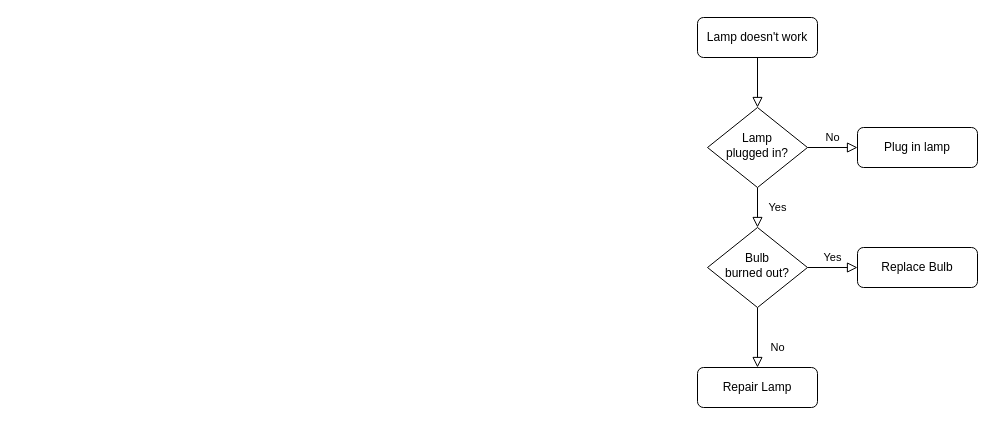
Before: 제목 없는 다이어그램.drawio in Kim-hyun-jin/careDog, a draw.io diagram. Source tidied: cells renumbered, new cells numbered last; positions are measured from the earlier drawing's top-left corner, leaving out a move shared by most shapes. Both pictures are drawn from the tidied source at 100%, with x=0, y=0 at pixel (697, 17).
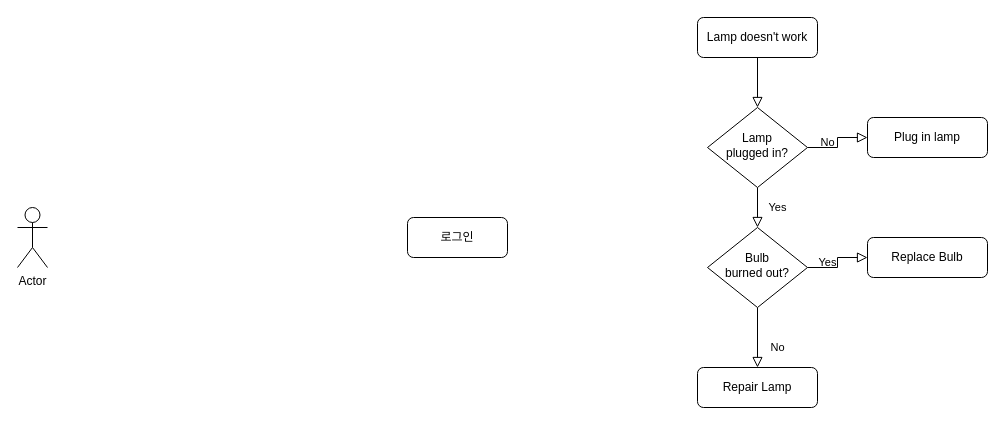
The same page after the edit.

Change to the diagram source:
```diff
@@
 <mxGraphModel>
   <root>
     <mxCell id="0" />
     <mxCell id="1" parent="0" />
     <mxCell id="2" style="rounded=0;html=1;jettySize=auto;fontSize=11;endArrow=block;endFill=0;endSize=8;strokeWidth=1;shadow=0;labelBackgroundColor=none;edgeStyle=orthogonalEdgeStyle;" parent="1" edge="1" source="3" target="6">
       <mxGeometry relative="1" as="geometry" />
     </mxCell>
     <mxCell id="3" value="Lamp doesn't work" style="rounded=1;whiteSpace=wrap;html=1;fontSize=12;glass=0;strokeWidth=1;shadow=0;" parent="1" vertex="1">
       <mxGeometry width="120" height="40" as="geometry" />
     </mxCell>
     <mxCell id="4" value="Yes" style="rounded=0;html=1;jettySize=auto;fontSize=11;endArrow=block;endFill=0;endSize=8;strokeWidth=1;shadow=0;labelBackgroundColor=none;edgeStyle=orthogonalEdgeStyle;" parent="1" edge="1" source="6" target="10">
       <mxGeometry y="20" relative="1" as="geometry" />
     </mxCell>
     <mxCell id="5" value="No" style="edgeStyle=orthogonalEdgeStyle;rounded=0;html=1;jettySize=auto;fontSize=11;endArrow=block;endFill=0;endSize=8;strokeWidth=1;shadow=0;labelBackgroundColor=none;" parent="1" edge="1" source="6" target="7">
       <mxGeometry y="10" relative="1" as="geometry" />
     </mxCell>
     <mxCell id="6" value="Lamp&lt;br&gt;plugged in?" style="rhombus;whiteSpace=wrap;html=1;shadow=0;fontFamily=Helvetica;fontSize=12;align=center;strokeWidth=1;spacing=6;spacingTop=-4;" parent="1" vertex="1">
       <mxGeometry x="10" y="90" width="100" height="80" as="geometry" />
     </mxCell>
     <mxCell id="7" value="Plug in lamp" style="rounded=1;whiteSpace=wrap;html=1;fontSize=12;glass=0;strokeWidth=1;shadow=0;" parent="1" vertex="1">
-      <mxGeometry x="160" y="110" width="120" height="40" as="geometry" />
+      <mxGeometry x="170" y="100" width="120" height="40" as="geometry" />
     </mxCell>
     <mxCell id="8" value="No" style="rounded=0;html=1;jettySize=auto;fontSize=11;endArrow=block;endFill=0;endSize=8;strokeWidth=1;shadow=0;labelBackgroundColor=none;edgeStyle=orthogonalEdgeStyle;" parent="1" edge="1" source="10" target="11">
       <mxGeometry x="0.33" y="20" relative="1" as="geometry" />
     </mxCell>
     <mxCell id="9" value="Yes" style="edgeStyle=orthogonalEdgeStyle;rounded=0;html=1;jettySize=auto;fontSize=11;endArrow=block;endFill=0;endSize=8;strokeWidth=1;shadow=0;labelBackgroundColor=none;" parent="1" edge="1" source="10" target="12">
       <mxGeometry y="10" relative="1" as="geometry" />
     </mxCell>
     <mxCell id="10" value="Bulb&lt;br&gt;burned out?" style="rhombus;whiteSpace=wrap;html=1;shadow=0;fontFamily=Helvetica;fontSize=12;align=center;strokeWidth=1;spacing=6;spacingTop=-4;" parent="1" vertex="1">
       <mxGeometry x="10" y="210" width="100" height="80" as="geometry" />
     </mxCell>
     <mxCell id="11" value="Repair Lamp" style="rounded=1;whiteSpace=wrap;html=1;fontSize=12;glass=0;strokeWidth=1;shadow=0;" parent="1" vertex="1">
       <mxGeometry y="350" width="120" height="40" as="geometry" />
     </mxCell>
     <mxCell id="12" value="Replace Bulb" style="rounded=1;whiteSpace=wrap;html=1;fontSize=12;glass=0;strokeWidth=1;shadow=0;" parent="1" vertex="1">
-      <mxGeometry x="160" y="230" width="120" height="40" as="geometry" />
+      <mxGeometry x="170" y="220" width="120" height="40" as="geometry" />
     </mxCell>
+    <mxCell id="13" value="로그인" style="rounded=1;whiteSpace=wrap;html=1;" parent="1" vertex="1">
+      <mxGeometry x="-290" y="200" width="100" height="40" as="geometry" />
+    </mxCell>
+    <mxCell id="14" value="Actor" style="shape=umlActor;verticalLabelPosition=bottom;verticalAlign=top;html=1;" parent="1" vertex="1">
+      <mxGeometry x="-680" y="190" width="30" height="60" as="geometry" />
+    </mxCell>
   </root>
 </mxGraphModel>
```
